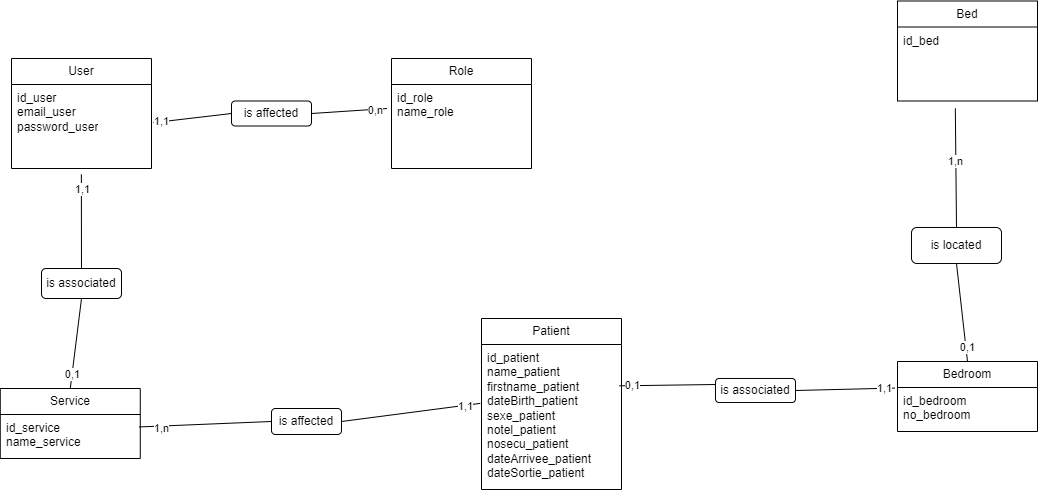
Before: Merise/Merise-MCD.drawio.png, a diagram exported from draw.io (florianpoteau/CDA-Hopital-Back). Source tidied: cells renumbered, new cells last; positions are measured from the earlier drawing's top-left corner, leaving out a move shared by most shapes.
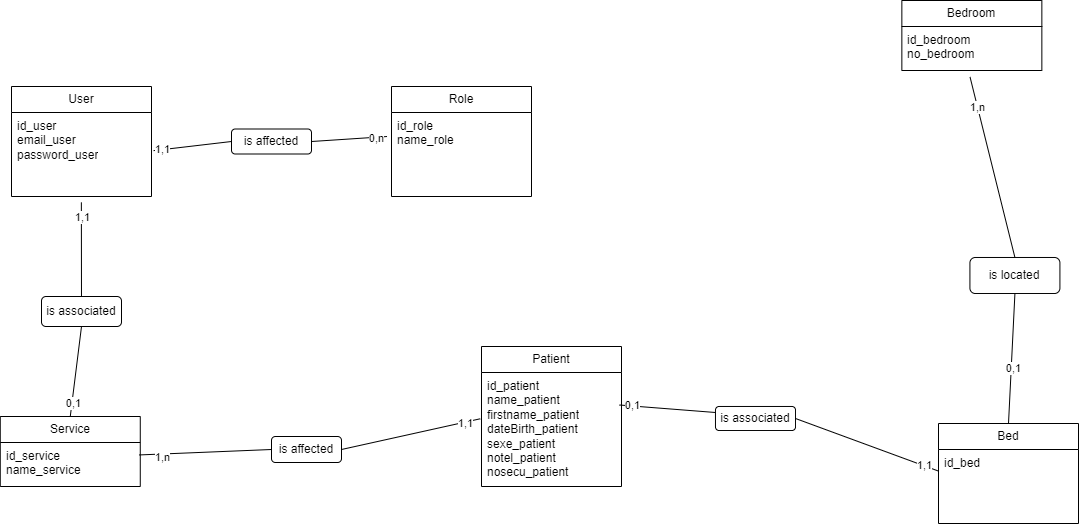
After the change.

Commit message:
docs(UML MERISE) changement sur le mcd, mld, mpd et diagramme de classe

What changed in the source:
```diff
@@ -3,13 +3,13 @@
     <mxCell id="0" />
     <mxCell id="1" parent="0" />
     <mxCell id="2" value="Bedroom" style="swimlane;fontStyle=0;horizontal=1;startSize=26;fillColor=none;whiteSpace=wrap;html=1;" parent="1" vertex="1">
-      <mxGeometry x="897" y="361" width="140" height="70" as="geometry" />
+      <mxGeometry x="901.3" y="-28" width="140" height="70" as="geometry" />
     </mxCell>
     <mxCell id="3" value="id_bedroom&lt;div&gt;no_bedroom&lt;/div&gt;" style="text;strokeColor=none;fillColor=none;align=left;verticalAlign=top;spacingLeft=4;spacingRight=4;overflow=hidden;points=[[0,0.5],[1,0.5]];portConstraint=eastwest;whiteSpace=wrap;html=1;" parent="2" vertex="1">
       <mxGeometry y="26" width="140" height="44" as="geometry" />
     </mxCell>
     <mxCell id="4" value="Bed" style="swimlane;fontStyle=0;horizontal=1;startSize=26;fillColor=none;whiteSpace=wrap;html=1;" parent="1" vertex="1">
-      <mxGeometry x="897" y="0.5" width="140" height="100" as="geometry" />
+      <mxGeometry x="938" y="395" width="140" height="100" as="geometry" />
     </mxCell>
     <mxCell id="5" value="id_bed" style="text;strokeColor=none;fillColor=none;align=left;verticalAlign=top;spacingLeft=4;spacingRight=4;overflow=hidden;points=[[0,0.5],[1,0.5]];portConstraint=eastwest;whiteSpace=wrap;html=1;" parent="4" vertex="1">
       <mxGeometry y="26" width="140" height="74" as="geometry" />
@@ -27,10 +27,10 @@
       <mxGeometry y="26" width="140" height="44" as="geometry" />
     </mxCell>
     <mxCell id="10" value="Patient" style="swimlane;fontStyle=0;horizontal=1;startSize=26;fillColor=none;whiteSpace=wrap;html=1;" parent="1" vertex="1">
-      <mxGeometry x="481" y="318" width="140" height="171" as="geometry" />
+      <mxGeometry x="481" y="318" width="140" height="140" as="geometry" />
     </mxCell>
-    <mxCell id="11" value="id_patient&lt;div&gt;name_patient&lt;/div&gt;&lt;div&gt;firstname_patient&lt;/div&gt;&lt;div&gt;dateBirth_patient&lt;/div&gt;&lt;div&gt;sexe_patient&lt;/div&gt;&lt;div&gt;notel_patient&lt;/div&gt;&lt;div&gt;nosecu_patient&lt;/div&gt;&lt;div&gt;dateArrivee_patient&lt;/div&gt;&lt;div&gt;dateSortie_patient&lt;/div&gt;&lt;div&gt;&lt;br&gt;&lt;/div&gt;" style="text;strokeColor=none;fillColor=none;align=left;verticalAlign=top;spacingLeft=4;spacingRight=4;overflow=hidden;points=[[0,0.5],[1,0.5]];portConstraint=eastwest;whiteSpace=wrap;html=1;" parent="10" vertex="1">
-      <mxGeometry y="26" width="140" height="145" as="geometry" />
+    <mxCell id="11" value="id_patient&lt;div&gt;name_patient&lt;/div&gt;&lt;div&gt;firstname_patient&lt;/div&gt;&lt;div&gt;dateBirth_patient&lt;/div&gt;&lt;div&gt;sexe_patient&lt;/div&gt;&lt;div&gt;notel_patient&lt;/div&gt;&lt;div&gt;nosecu_patient&lt;/div&gt;&lt;div&gt;&lt;br&gt;&lt;/div&gt;" style="text;strokeColor=none;fillColor=none;align=left;verticalAlign=top;spacingLeft=4;spacingRight=4;overflow=hidden;points=[[0,0.5],[1,0.5]];portConstraint=eastwest;whiteSpace=wrap;html=1;" parent="10" vertex="1">
+      <mxGeometry y="26" width="140" height="114" as="geometry" />
     </mxCell>
     <mxCell id="12" value="is affected" style="rounded=1;whiteSpace=wrap;html=1;" parent="1" vertex="1">
       <mxGeometry x="271" y="408" width="70" height="26" as="geometry" />
@@ -48,18 +48,18 @@
       <mxGeometry x="-0.68" y="-2" relative="1" as="geometry" />
     </mxCell>
     <mxCell id="17" value="is located" style="rounded=1;whiteSpace=wrap;html=1;" parent="1" vertex="1">
-      <mxGeometry x="911" y="227" width="90" height="36" as="geometry" />
+      <mxGeometry x="969.4" y="229" width="90" height="36" as="geometry" />
     </mxCell>
-    <mxCell id="18" style="endArrow=none;html=1;rounded=0;exitX=0.5;exitY=0;exitDx=0;exitDy=0;entryX=0.413;entryY=1.1;entryDx=0;entryDy=0;entryPerimeter=0;" parent="1" edge="1" source="17" target="5">
+    <mxCell id="18" style="endArrow=none;html=1;rounded=0;entryX=0.5;entryY=0;entryDx=0;entryDy=0;exitX=0.5;exitY=1;exitDx=0;exitDy=0;" parent="1" edge="1" source="17" target="4">
       <mxGeometry relative="1" as="geometry" />
     </mxCell>
-    <mxCell id="19" value="1,n" style="edgeLabel;html=1;align=center;verticalAlign=middle;" parent="18" vertex="1">
+    <mxCell id="19" value="0,1" style="edgeLabel;html=1;align=center;verticalAlign=middle;" parent="18" vertex="1">
       <mxGeometry x="0.14" y="1" relative="1" as="geometry" />
     </mxCell>
-    <mxCell id="20" style="endArrow=none;html=1;rounded=0;exitX=0.5;exitY=0;exitDx=0;exitDy=0;entryX=0.5;entryY=1;entryDx=0;entryDy=0;" parent="1" edge="1" source="2" target="17">
+    <mxCell id="20" style="endArrow=none;html=1;rounded=0;entryX=0.5;entryY=0;entryDx=0;entryDy=0;exitX=0.487;exitY=1.147;exitDx=0;exitDy=0;exitPerimeter=0;" parent="1" edge="1" source="3" target="17">
       <mxGeometry relative="1" as="geometry" />
     </mxCell>
-    <mxCell id="21" value="0,1" style="edgeLabel;html=1;align=center;verticalAlign=middle;" parent="20" vertex="1">
+    <mxCell id="21" value="1,n" style="edgeLabel;html=1;align=center;verticalAlign=middle;" parent="20" vertex="1">
       <mxGeometry x="-0.69" y="-1" relative="1" as="geometry" />
     </mxCell>
     <mxCell id="22" value="is associated" style="rounded=1;whiteSpace=wrap;html=1;" parent="1" vertex="1">
@@ -71,7 +71,7 @@
     <mxCell id="24" value="0,1" style="edgeLabel;html=1;align=center;verticalAlign=middle;" parent="23" vertex="1">
       <mxGeometry x="0.73" y="-1" relative="1" as="geometry" />
     </mxCell>
-    <mxCell id="25" style="endArrow=none;html=1;rounded=0;exitX=-0.019;exitY=0.013;exitDx=0;exitDy=0;entryX=1;entryY=0.5;entryDx=0;entryDy=0;exitPerimeter=0;" parent="1" edge="1" source="3" target="22">
+    <mxCell id="25" style="endArrow=none;html=1;rounded=0;exitX=-0.001;exitY=0.291;exitDx=0;exitDy=0;entryX=1;entryY=0.5;entryDx=0;entryDy=0;exitPerimeter=0;" parent="1" edge="1" source="5" target="22">
       <mxGeometry relative="1" as="geometry" />
     </mxCell>
     <mxCell id="26" value="1,1" style="edgeLabel;html=1;align=center;verticalAlign=middle;" parent="25" vertex="1">
```
